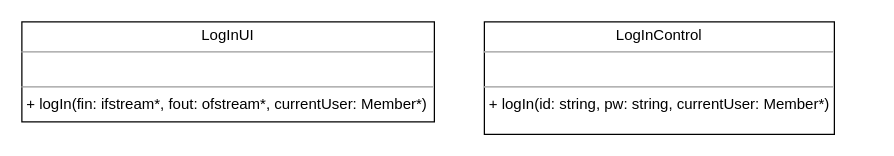
This is page "로그인" (3 of 3) of B811010_고한강/과제3/Class Diagram/Class Diagram.drawio from FinancialWorld16/SE_TEAM, a draw.io file, before an edit. Source tidied: cells renumbered, new cells numbered last; positions are measured from the earlier drawing's top-left corner, leaving out a move shared by most shapes. Both pictures are drawn from the tidied source at 125%, with x=0, y=0 at pixel (21, 21).
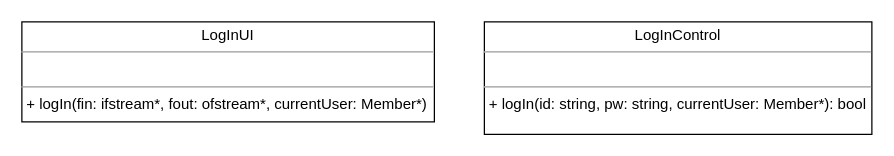
After the change.

Diff of the diagram source:
```diff
@@
 <mxGraphModel>
   <root>
     <mxCell id="0" />
     <mxCell id="1" parent="0" />
     <mxCell id="2" value="&lt;p style=&quot;margin:0px;margin-top:4px;text-align:center;&quot;&gt;LogInUI&lt;/p&gt;&lt;hr size=&quot;1&quot;&gt;&lt;p style=&quot;margin:0px;margin-left:4px;&quot;&gt;&lt;br&gt;&lt;/p&gt;&lt;hr size=&quot;1&quot;&gt;&lt;p style=&quot;margin:0px;margin-left:4px;&quot;&gt;+&amp;nbsp;logIn(fin: ifstream*, fout: ofstream*, currentUser: Member*)&lt;/p&gt;" style="verticalAlign=top;align=left;overflow=fill;fontSize=12;fontFamily=Helvetica;html=1;" parent="1" vertex="1">
       <mxGeometry width="330" height="80" as="geometry" />
     </mxCell>
-    <mxCell id="3" value="&lt;p style=&quot;margin:0px;margin-top:4px;text-align:center;&quot;&gt;LogInControl&lt;/p&gt;&lt;hr size=&quot;1&quot;&gt;&lt;p style=&quot;margin:0px;margin-left:4px;&quot;&gt;&lt;br&gt;&lt;/p&gt;&lt;hr size=&quot;1&quot;&gt;&lt;p style=&quot;margin:0px;margin-left:4px;&quot;&gt;+ logIn(id: string, pw: string, currentUser: Member*)&lt;/p&gt;" style="verticalAlign=top;align=left;overflow=fill;fontSize=12;fontFamily=Helvetica;html=1;" parent="1" vertex="1">
-      <mxGeometry x="370" width="280" height="90" as="geometry" />
+    <mxCell id="3" value="&lt;p style=&quot;margin:0px;margin-top:4px;text-align:center;&quot;&gt;LogInControl&lt;/p&gt;&lt;hr size=&quot;1&quot;&gt;&lt;p style=&quot;margin:0px;margin-left:4px;&quot;&gt;&lt;br&gt;&lt;/p&gt;&lt;hr size=&quot;1&quot;&gt;&lt;p style=&quot;margin:0px;margin-left:4px;&quot;&gt;+ logIn(id: string, pw: string, currentUser: Member*): bool&lt;/p&gt;" style="verticalAlign=top;align=left;overflow=fill;fontSize=12;fontFamily=Helvetica;html=1;" parent="1" vertex="1">
+      <mxGeometry x="370" width="310" height="90" as="geometry" />
     </mxCell>
   </root>
 </mxGraphModel>
```
